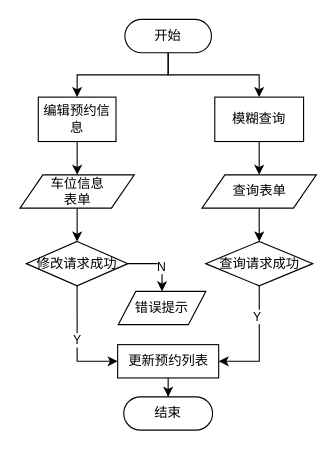
Above: parkingLot/预约记录管理流程图.drawio in Ringo-linqin/drawio (draw.io), before the change. Source tidied: cells renumbered, new cells numbered last; positions are measured from the earlier drawing's top-left corner, leaving out a move shared by most shapes. Both pictures are drawn from the tidied source at 111%, with x=0, y=0 at pixel (19, 19).
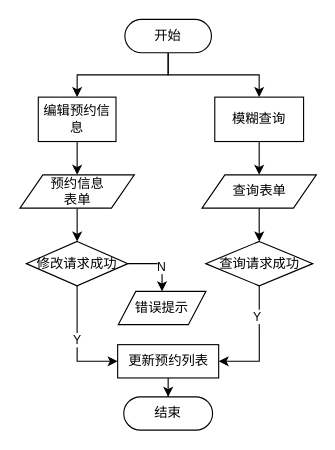
Above is the later version.

Commit message (it also covers changes not shown here):
更新预约记录管理流程图.drawio

Diff of the diagram source:
```diff
@@
-    <mxCell id="10" value="车位信息&lt;div&gt;表单&lt;/div&gt;" style="shape=parallelogram;perimeter=parallelogramPerimeter;whiteSpace=wrap;html=1;dashed=0;" parent="1" vertex="1">
+    <mxCell id="10" value="预约信息&lt;div&gt;表单&lt;/div&gt;" style="shape=parallelogram;perimeter=parallelogramPerimeter;whiteSpace=wrap;html=1;dashed=0;" parent="1" vertex="1">
       <mxGeometry x="0.5" y="140" width="103" height="30" as="geometry" />
     </mxCell>
```
